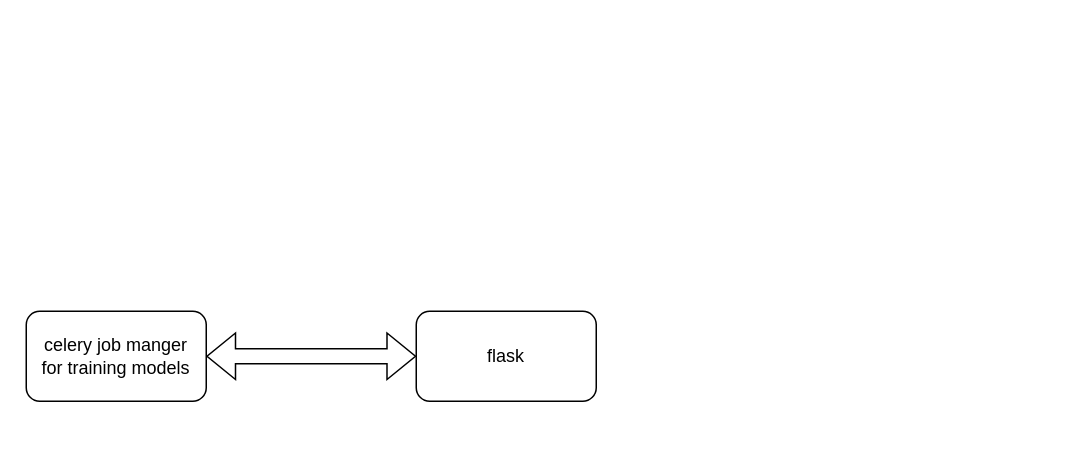
Above: Untitled Diagram.drawio in urekM70/aiPredictionWebsite (draw.io), before the change. Source tidied: cells renumbered, new cells numbered last; positions are measured from the earlier drawing's top-left corner, leaving out a move shared by most shapes. Both pictures are drawn from the tidied source at 150%, with x=0, y=0 at pixel (26, 310).
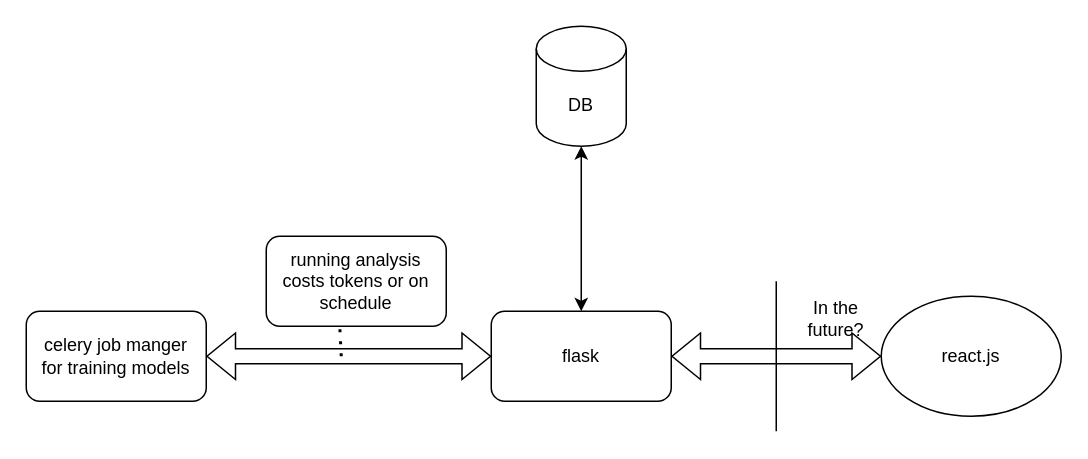
The same page after the edit.

Change to the diagram source:
```diff
@@
 <mxGraphModel>
   <root>
     <mxCell id="0" />
     <mxCell id="1" parent="0" />
     <mxCell id="2" value="flask" style="rounded=1;whiteSpace=wrap;html=1;" parent="1" vertex="1">
-      <mxGeometry x="260" width="120" height="60" as="geometry" />
+      <mxGeometry x="310" width="120" height="60" as="geometry" />
     </mxCell>
     <mxCell id="3" value="celery job manger&lt;br&gt;for training models" style="rounded=1;whiteSpace=wrap;html=1;" parent="1" vertex="1">
       <mxGeometry width="120" height="60" as="geometry" />
     </mxCell>
     <mxCell id="4" style="shape=flexArrow;endArrow=classic;startArrow=classic;html=1;rounded=0;exitX=1;exitY=0.5;exitDx=0;exitDy=0;entryX=0;entryY=0.5;entryDx=0;entryDy=0;" parent="1" edge="1" source="3" target="2">
       <mxGeometry relative="1" as="geometry" />
     </mxCell>
+    <mxCell id="5" value="DB" style="shape=cylinder3;whiteSpace=wrap;html=1;boundedLbl=1;backgroundOutline=1;size=15;" parent="1" vertex="1">
+      <mxGeometry x="340" y="-190" width="60" height="80" as="geometry" />
+    </mxCell>
+    <mxCell id="6" style="endArrow=classic;startArrow=classic;html=1;rounded=0;entryX=0.5;entryY=1;entryDx=0;entryDy=0;entryPerimeter=0;exitX=0.5;exitY=0;exitDx=0;exitDy=0;" parent="1" edge="1" source="2" target="5">
+      <mxGeometry relative="1" as="geometry" />
+    </mxCell>
+    <mxCell id="7" value="running&amp;nbsp;analysis costs tokens or on schedule" style="rounded=1;whiteSpace=wrap;html=1;" parent="1" vertex="1">
+      <mxGeometry x="160" y="-50" width="120" height="60" as="geometry" />
+    </mxCell>
+    <mxCell id="8" style="endArrow=none;dashed=1;html=1;dashPattern=1 3;strokeWidth=2;rounded=0;entryX=0.408;entryY=0.983;entryDx=0;entryDy=0;entryPerimeter=0;" parent="1" edge="1" target="7">
+      <mxGeometry relative="1" as="geometry">
+        <mxPoint x="210" y="30" as="sourcePoint" />
+      </mxGeometry>
+    </mxCell>
+    <mxCell id="9" value="react.js" style="ellipse;whiteSpace=wrap;html=1;" parent="1" vertex="1">
+      <mxGeometry x="570" y="-10" width="120" height="80" as="geometry" />
+    </mxCell>
+    <mxCell id="10" style="shape=flexArrow;endArrow=classic;startArrow=classic;html=1;rounded=0;exitX=1;exitY=0.5;exitDx=0;exitDy=0;entryX=0;entryY=0.5;entryDx=0;entryDy=0;" parent="1" edge="1" source="2" target="9">
+      <mxGeometry relative="1" as="geometry" />
+    </mxCell>
+    <mxCell id="11" value="In the future?" style="text;html=1;align=center;verticalAlign=middle;whiteSpace=wrap;rounded=0;" parent="1" vertex="1">
+      <mxGeometry x="510" y="-10" width="60" height="30" as="geometry" />
+    </mxCell>
+    <mxCell id="12" style="endArrow=none;html=1;rounded=0;" parent="1" edge="1">
+      <mxGeometry relative="1" as="geometry">
+        <mxPoint x="500" y="80" as="sourcePoint" />
+        <mxPoint x="500" y="-20" as="targetPoint" />
+      </mxGeometry>
+    </mxCell>
   </root>
 </mxGraphModel>
```
